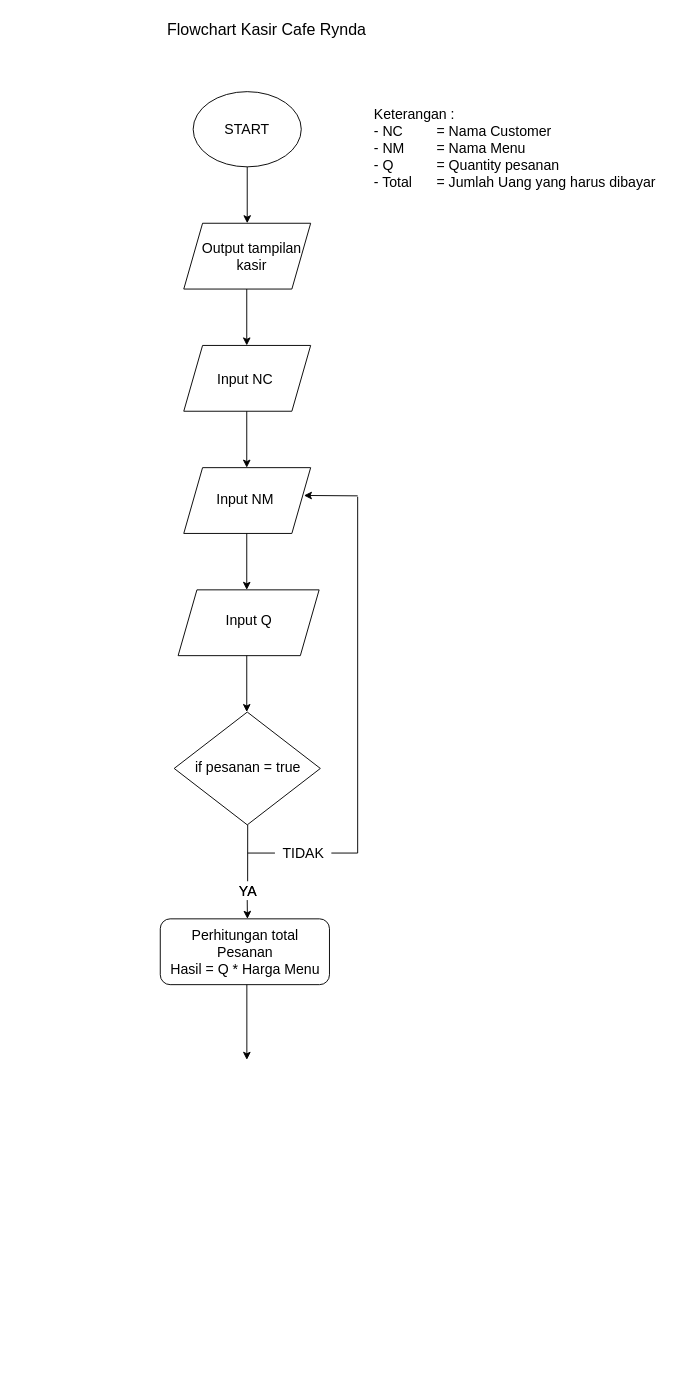
This is flowchart.drawio from meiryndalr/MeiryndaLR-kasir-rynda-cafe, a draw.io file, before an edit. Source tidied: cells renumbered, new cells numbered last; positions are measured from the earlier drawing's top-left corner, leaving out a move shared by most shapes. Both pictures are drawn from the tidied source at 94%, with x=0, y=0 at pixel (157, 16).
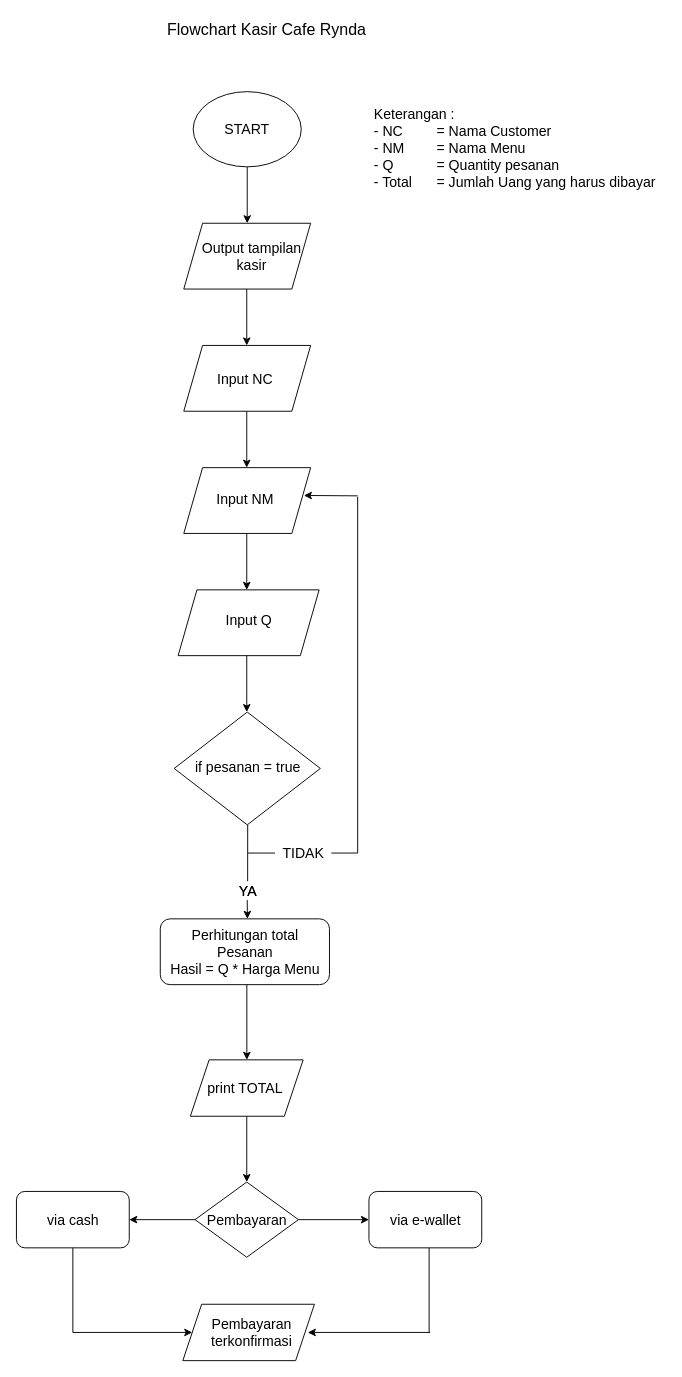
The same page after the edit.

Commit message:
menambahkan chart percabangan pembayaran dan output konfirmasi

Diff of the diagram source:
```diff
@@
+    <mxCell id="33" style="edgeStyle=none;html=1;fontSize=15;" parent="1" edge="1" source="34" target="37">
+      <mxGeometry relative="1" as="geometry" />
+    </mxCell>
+    <mxCell id="34" style="shape=parallelogram;perimeter=parallelogramPerimeter;whiteSpace=wrap;html=1;fixedSize=1;fontSize=15;strokeWidth=1;" parent="1" vertex="1">
+      <mxGeometry x="35" y="1110" width="120" height="60" as="geometry" />
+    </mxCell>
+    <mxCell id="35" value="print TOTAL" style="text;html=1;align=center;verticalAlign=middle;fillColor=none;strokeColor=none;rounded=0;fontSize=15;" parent="1" vertex="1">
+      <mxGeometry x="43" y="1130" width="100" height="20" as="geometry" />
+    </mxCell>
+    <mxCell id="36" style="edgeStyle=none;html=1;fontSize=15;" parent="1" edge="1" source="37" target="40">
+      <mxGeometry relative="1" as="geometry" />
+    </mxCell>
+    <mxCell id="37" style="rhombus;whiteSpace=wrap;html=1;fontSize=15;strokeWidth=1;" parent="1" vertex="1">
+      <mxGeometry x="40" y="1240" width="110" height="80" as="geometry" />
+    </mxCell>
+    <mxCell id="38" style="edgeStyle=none;html=1;fontSize=15;" parent="1" edge="1" target="41">
+      <mxGeometry relative="1" as="geometry">
+        <mxPoint x="40" y="1280" as="sourcePoint" />
+      </mxGeometry>
+    </mxCell>
+    <mxCell id="39" value="Pembayaran" style="text;html=1;align=center;verticalAlign=middle;fillColor=none;strokeColor=none;rounded=0;fontSize=15;" parent="1" vertex="1">
+      <mxGeometry x="45" y="1270" width="100" height="20" as="geometry" />
+    </mxCell>
+    <mxCell id="40" style="rounded=1;whiteSpace=wrap;html=1;fontSize=15;strokeWidth=1;" parent="1" vertex="1">
+      <mxGeometry x="225" y="1250" width="120" height="60" as="geometry" />
+    </mxCell>
+    <mxCell id="41" style="rounded=1;whiteSpace=wrap;html=1;fontSize=15;strokeWidth=1;" parent="1" vertex="1">
+      <mxGeometry x="-150" y="1250" width="120" height="60" as="geometry" />
+    </mxCell>
+    <mxCell id="42" value="via cash" style="text;html=1;align=center;verticalAlign=middle;fillColor=none;strokeColor=none;rounded=0;fontSize=15;" parent="1" vertex="1">
+      <mxGeometry x="-125" y="1270" width="70" height="20" as="geometry" />
+    </mxCell>
+    <mxCell id="43" value="via e-wallet" style="text;html=1;align=center;verticalAlign=middle;fillColor=none;strokeColor=none;rounded=0;fontSize=15;" parent="1" vertex="1">
+      <mxGeometry x="240" y="1270" width="90" height="20" as="geometry" />
+    </mxCell>
+    <mxCell id="44" style="endArrow=classic;html=1;fontSize=15;" parent="1" edge="1" target="46">
+      <mxGeometry relative="1" as="geometry">
+        <mxPoint x="-90" y="1400" as="sourcePoint" />
+        <Array as="points">
+          <mxPoint x="-90" y="1400" />
+        </Array>
+      </mxGeometry>
+    </mxCell>
+    <mxCell id="45" style="endArrow=none;html=1;fontSize=15;entryX=0.5;entryY=1;entryDx=0;entryDy=0;" parent="1" edge="1" target="41">
+      <mxGeometry relative="1" as="geometry">
+        <mxPoint x="-90" y="1400" as="sourcePoint" />
+      </mxGeometry>
+    </mxCell>
+    <mxCell id="46" style="shape=parallelogram;perimeter=parallelogramPerimeter;whiteSpace=wrap;html=1;fixedSize=1;fontSize=15;strokeWidth=1;" parent="1" vertex="1">
+      <mxGeometry x="27" y="1370" width="140" height="60" as="geometry" />
+    </mxCell>
+    <mxCell id="47" style="endArrow=none;html=1;fontSize=15;entryX=0.5;entryY=1;entryDx=0;entryDy=0;" parent="1" edge="1">
+      <mxGeometry relative="1" as="geometry">
+        <mxPoint x="289" y="1400" as="sourcePoint" />
+        <mxPoint x="289" y="1310" as="targetPoint" />
+      </mxGeometry>
+    </mxCell>
+    <mxCell id="48" value="&lt;div&gt;&lt;span&gt;Pembayaran&lt;/span&gt;&lt;/div&gt;&lt;div&gt;&lt;span&gt;terkonfirmasi&lt;/span&gt;&lt;/div&gt;" style="text;html=1;align=center;verticalAlign=middle;fillColor=none;strokeColor=none;rounded=0;fontSize=15;" parent="1" vertex="1">
+      <mxGeometry x="50" y="1380" width="100" height="40" as="geometry" />
+    </mxCell>
+    <mxCell id="49" style="endArrow=classic;html=1;fontSize=15;" parent="1" edge="1">
+      <mxGeometry relative="1" as="geometry">
+        <mxPoint x="290" y="1400" as="sourcePoint" />
+        <mxPoint x="160" y="1400" as="targetPoint" />
+      </mxGeometry>
+    </mxCell>
```
